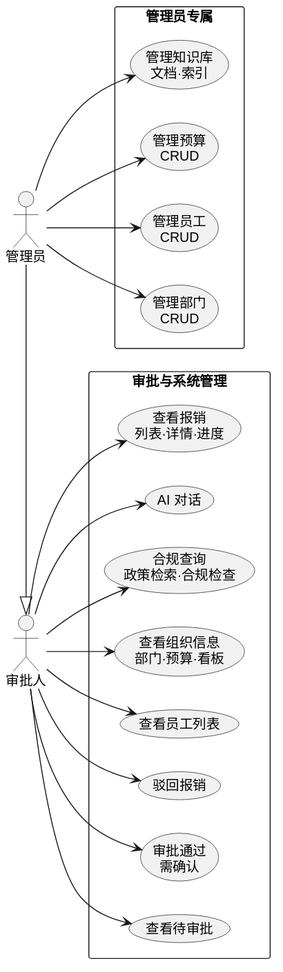
Earlier version of the PlantUML export docs/er/usecase-approver.svg (CycleZero/Reimbee). The source it was exported from:
```plantuml
@startuml
skinparam backgroundColor #FFFFFF
skinparam defaultFontName Arial
skinparam defaultFontSize 14
left to right direction

actor "审批人" as App
actor "管理员" as Adm

Adm -|> App

rectangle "审批与系统管理" {
  usecase (查看待审批) as UC1
  usecase (审批通过\n需确认) as UC2
  usecase (驳回报销) as UC3
  usecase (查看员工列表) as UC4
  usecase (查看组织信息\n部门·预算·看板) as UC5
  usecase (合规查询\n政策检索·合规检查) as UC6
  usecase (AI 对话) as UC7
  usecase (查看报销\n列表·详情·进度) as UC8
}

rectangle "管理员专属" {
  usecase (管理部门\nCRUD) as UC9
  usecase (管理员工\nCRUD) as UC10
  usecase (管理预算\nCRUD) as UC11
  usecase (管理知识库\n文档·索引) as UC12
}

App --> UC1
App --> UC2
App --> UC3
App --> UC4
App --> UC5
App --> UC6
App --> UC7
App --> UC8

Adm --> UC9
Adm --> UC10
Adm --> UC11
Adm --> UC12

UC1 -[hidden]right- UC2
UC2 -[hidden]right- UC3
UC3 -[hidden]right- UC4
UC4 -[hidden]right- UC5
UC5 -[hidden]right- UC6
UC6 -[hidden]right- UC7
UC7 -[hidden]right- UC8
UC9 -[hidden]right- UC10
UC10 -[hidden]right- UC11
UC11 -[hidden]right- UC12
@enduml
```
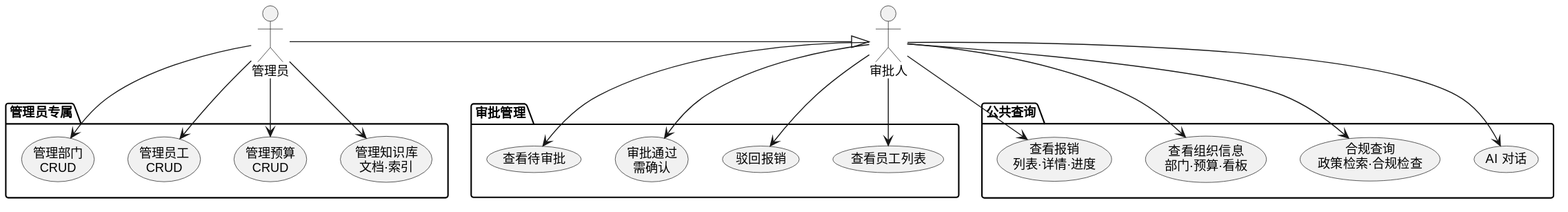
The same diagram one commit later.

Commit message:
docs(er): 用例图改用 package 分组 — 天然横向分散布局

Diff of the diagram source:
```diff
@@ -1,30 +1,32 @@
 @startuml
 skinparam backgroundColor #FFFFFF
 skinparam defaultFontName Arial
-skinparam defaultFontSize 14
-left to right direction
+skinparam defaultFontSize 13
 
 actor "审批人" as App
 actor "管理员" as Adm
 
 Adm -|> App
 
-rectangle "审批与系统管理" {
-  usecase (查看待审批) as UC1
-  usecase (审批通过\n需确认) as UC2
-  usecase (驳回报销) as UC3
-  usecase (查看员工列表) as UC4
-  usecase (查看组织信息\n部门·预算·看板) as UC5
-  usecase (合规查询\n政策检索·合规检查) as UC6
-  usecase (AI 对话) as UC7
-  usecase (查看报销\n列表·详情·进度) as UC8
+package "审批管理" {
+  usecase "查看待审批" as UC1
+  usecase "审批通过\n需确认" as UC2
+  usecase "驳回报销" as UC3
+  usecase "查看员工列表" as UC4
 }
 
-rectangle "管理员专属" {
-  usecase (管理部门\nCRUD) as UC9
-  usecase (管理员工\nCRUD) as UC10
-  usecase (管理预算\nCRUD) as UC11
-  usecase (管理知识库\n文档·索引) as UC12
+package "公共查询" {
+  usecase "查看报销\n列表·详情·进度" as UC5
+  usecase "查看组织信息\n部门·预算·看板" as UC6
+  usecase "合规查询\n政策检索·合规检查" as UC7
+  usecase "AI 对话" as UC8
+}
+
+package "管理员专属" {
+  usecase "管理部门\nCRUD" as UC9
+  usecase "管理员工\nCRUD" as UC10
+  usecase "管理预算\nCRUD" as UC11
+  usecase "管理知识库\n文档·索引" as UC12
 }
 
 App --> UC1
@@ -40,15 +42,4 @@
 Adm --> UC10
 Adm --> UC11
 Adm --> UC12
-
-UC1 -[hidden]right- UC2
-UC2 -[hidden]right- UC3
-UC3 -[hidden]right- UC4
-UC4 -[hidden]right- UC5
-UC5 -[hidden]right- UC6
-UC6 -[hidden]right- UC7
-UC7 -[hidden]right- UC8
-UC9 -[hidden]right- UC10
-UC10 -[hidden]right- UC11
-UC11 -[hidden]right- UC12
 @enduml
```
